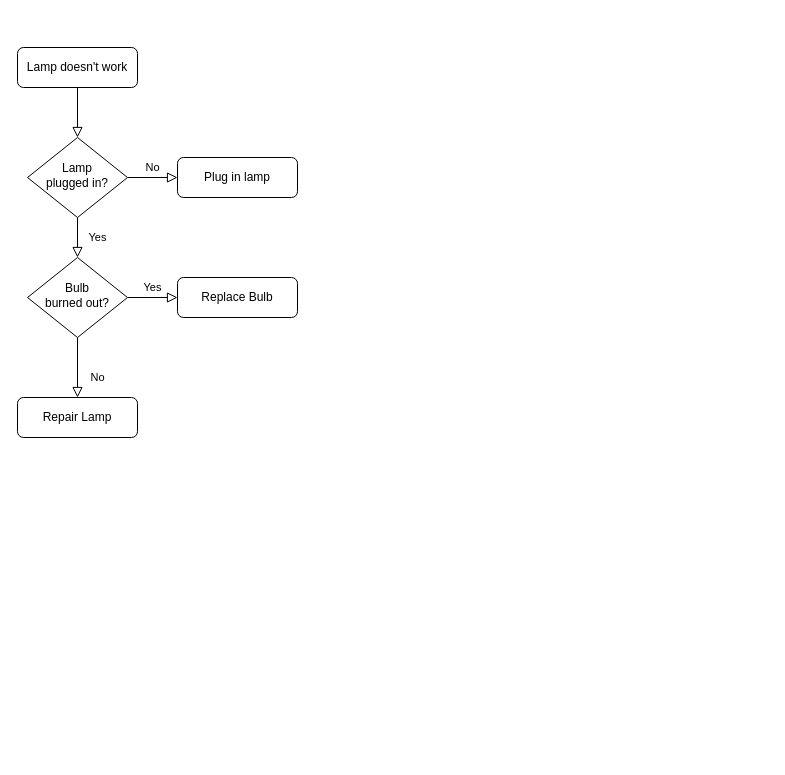
Above: Wireframe.drawio in kschuljak/kschuljak (draw.io), before the change. Source tidied: cells renumbered, new cells numbered last; positions are measured from the earlier drawing's top-left corner, leaving out a move shared by most shapes. Both pictures are drawn from the tidied source at 100%, with x=0, y=0 at pixel (17, 47).
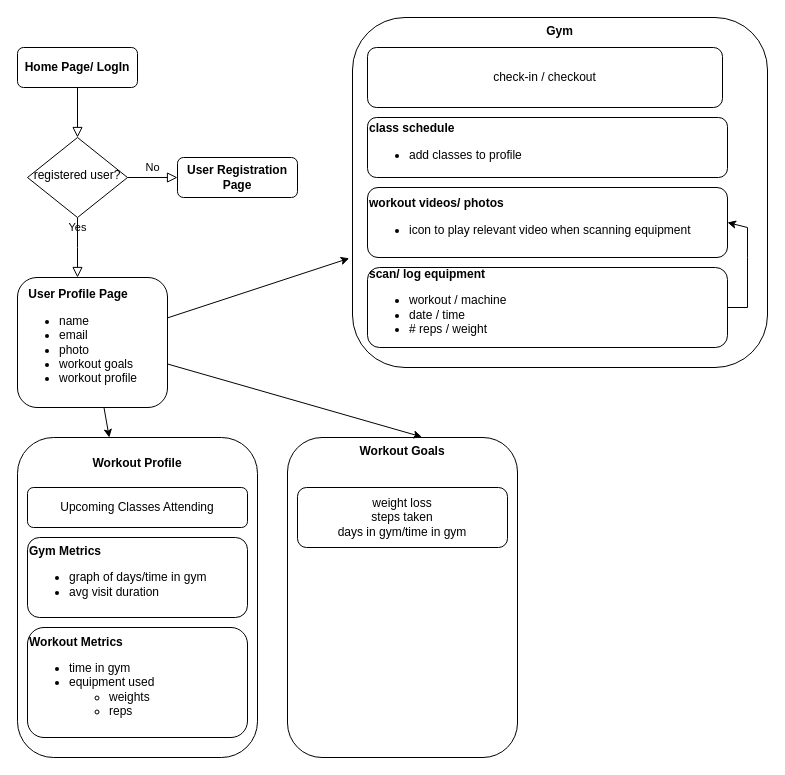
After the change.

Change to the diagram source:
```diff
@@
-    <mxCell id="3" value="Lamp doesn't work" style="rounded=1;whiteSpace=wrap;html=1;fontSize=12;glass=0;strokeWidth=1;shadow=0;" parent="1" vertex="1">
+    <mxCell id="3" value="&lt;b&gt;Home Page/ LogIn&lt;/b&gt;" style="rounded=1;whiteSpace=wrap;html=1;fontSize=12;glass=0;strokeWidth=1;shadow=0;" parent="1" vertex="1">
       <mxGeometry width="120" height="40" as="geometry" />
     </mxCell>
-    <mxCell id="4" value="Yes" style="rounded=0;html=1;jettySize=auto;fontSize=11;endArrow=block;endFill=0;endSize=8;strokeWidth=1;shadow=0;labelBackgroundColor=none;edgeStyle=orthogonalEdgeStyle;" parent="1" edge="1" source="6" target="10">
-      <mxGeometry y="20" relative="1" as="geometry" />
+    <mxCell id="4" value="Yes" style="rounded=0;html=1;jettySize=auto;fontSize=11;endArrow=block;endFill=0;endSize=8;strokeWidth=1;shadow=0;labelBackgroundColor=none;edgeStyle=orthogonalEdgeStyle;" parent="1" edge="1" source="6">
+      <mxGeometry y="20" relative="1" as="geometry">
+        <mxPoint x="60" y="230" as="targetPoint" />
+      </mxGeometry>
     </mxCell>
@@
-    <mxCell id="6" value="Lamp&lt;br&gt;plugged in?" style="rhombus;whiteSpace=wrap;html=1;shadow=0;fontFamily=Helvetica;fontSize=12;align=center;strokeWidth=1;spacing=6;spacingTop=-4;" parent="1" vertex="1">
+    <mxCell id="6" value="registered user?" style="rhombus;whiteSpace=wrap;html=1;shadow=0;fontFamily=Helvetica;fontSize=12;align=center;strokeWidth=1;spacing=6;spacingTop=-4;" parent="1" vertex="1">
       <mxGeometry x="10" y="90" width="100" height="80" as="geometry" />
     </mxCell>
-    <mxCell id="7" value="Plug in lamp" style="rounded=1;whiteSpace=wrap;html=1;fontSize=12;glass=0;strokeWidth=1;shadow=0;" parent="1" vertex="1">
+    <mxCell id="7" value="&lt;b&gt;User Registration Page&lt;/b&gt;" style="rounded=1;whiteSpace=wrap;html=1;fontSize=12;glass=0;strokeWidth=1;shadow=0;" parent="1" vertex="1">
       <mxGeometry x="160" y="110" width="120" height="40" as="geometry" />
     </mxCell>
-    <mxCell id="8" value="No" style="rounded=0;html=1;jettySize=auto;fontSize=11;endArrow=block;endFill=0;endSize=8;strokeWidth=1;shadow=0;labelBackgroundColor=none;edgeStyle=orthogonalEdgeStyle;" parent="1" edge="1" source="10" target="11">
-      <mxGeometry x="0.33" y="20" relative="1" as="geometry" />
-    </mxCell>
-    <mxCell id="9" value="Yes" style="edgeStyle=orthogonalEdgeStyle;rounded=0;html=1;jettySize=auto;fontSize=11;endArrow=block;endFill=0;endSize=8;strokeWidth=1;shadow=0;labelBackgroundColor=none;" parent="1" edge="1" source="10" target="12">
-      <mxGeometry y="10" relative="1" as="geometry" />
-    </mxCell>
-    <mxCell id="10" value="Bulb&lt;br&gt;burned out?" style="rhombus;whiteSpace=wrap;html=1;shadow=0;fontFamily=Helvetica;fontSize=12;align=center;strokeWidth=1;spacing=6;spacingTop=-4;" parent="1" vertex="1">
-      <mxGeometry x="10" y="210" width="100" height="80" as="geometry" />
-    </mxCell>
-    <mxCell id="11" value="Repair Lamp" style="rounded=1;whiteSpace=wrap;html=1;fontSize=12;glass=0;strokeWidth=1;shadow=0;" parent="1" vertex="1">
-      <mxGeometry y="350" width="120" height="40" as="geometry" />
+    <mxCell id="11" value="&lt;b&gt;Workout Goals&lt;/b&gt;" style="rounded=1;whiteSpace=wrap;html=1;fontSize=12;glass=0;strokeWidth=1;shadow=0;verticalAlign=top;" parent="1" vertex="1">
+      <mxGeometry x="270" y="390" width="230" height="320" as="geometry" />
     </mxCell>
-    <mxCell id="12" value="Replace Bulb" style="rounded=1;whiteSpace=wrap;html=1;fontSize=12;glass=0;strokeWidth=1;shadow=0;" parent="1" vertex="1">
-      <mxGeometry x="160" y="230" width="120" height="40" as="geometry" />
+    <mxCell id="12" value="&lt;div style=&quot;text-align: center;&quot;&gt;&lt;span style=&quot;background-color: initial;&quot;&gt;&lt;b&gt;User Profile Page&lt;/b&gt;&lt;/span&gt;&lt;/div&gt;&lt;ul&gt;&lt;li style=&quot;&quot;&gt;name&lt;/li&gt;&lt;li&gt;email&lt;/li&gt;&lt;li&gt;photo&lt;/li&gt;&lt;li&gt;workout goals&lt;/li&gt;&lt;li&gt;workout profile&lt;/li&gt;&lt;/ul&gt;" style="rounded=1;whiteSpace=wrap;html=1;fontSize=12;glass=0;strokeWidth=1;shadow=0;align=left;" parent="1" vertex="1">
+      <mxGeometry y="230" width="150" height="130" as="geometry" />
     </mxCell>
+    <mxCell id="13" value="&lt;p style=&quot;line-height: 120%;&quot;&gt;&lt;b&gt;Workout Profile&lt;/b&gt;&lt;/p&gt;" style="rounded=1;whiteSpace=wrap;html=1;fontSize=12;glass=0;strokeWidth=1;shadow=0;verticalAlign=top;" parent="1" vertex="1">
+      <mxGeometry y="390" width="240" height="320" as="geometry" />
+    </mxCell>
+    <mxCell id="14" value="weight loss&lt;br&gt;steps taken&lt;br&gt;days in gym/time in gym" style="rounded=1;whiteSpace=wrap;html=1;" parent="1" vertex="1">
+      <mxGeometry x="280" y="440" width="210" height="60" as="geometry" />
+    </mxCell>
+    <mxCell id="15" value="&lt;b&gt;Workout Metrics&lt;/b&gt;&lt;br&gt;&lt;ul&gt;&lt;li style=&quot;&quot;&gt;time in gym&lt;/li&gt;&lt;li style=&quot;&quot;&gt;equipment used&lt;/li&gt;&lt;ul&gt;&lt;li style=&quot;&quot;&gt;weights&lt;/li&gt;&lt;li style=&quot;&quot;&gt;reps&lt;/li&gt;&lt;/ul&gt;&lt;/ul&gt;" style="rounded=1;whiteSpace=wrap;html=1;align=left;" parent="1" vertex="1">
+      <mxGeometry x="10" y="580" width="220" height="110" as="geometry" />
+    </mxCell>
+    <mxCell id="16" value="&lt;b&gt;Gym Metrics&lt;/b&gt;&lt;br&gt;&lt;ul&gt;&lt;li style=&quot;&quot;&gt;graph of days/time in gym&lt;/li&gt;&lt;li style=&quot;&quot;&gt;avg visit duration&lt;/li&gt;&lt;/ul&gt;" style="rounded=1;whiteSpace=wrap;html=1;align=left;" parent="1" vertex="1">
+      <mxGeometry x="10" y="490" width="220" height="80" as="geometry" />
+    </mxCell>
+    <mxCell id="17" value="&lt;div style=&quot;&quot;&gt;&lt;b&gt;Gym&lt;/b&gt;&lt;/div&gt;" style="rounded=1;whiteSpace=wrap;html=1;align=center;verticalAlign=top;" parent="1" vertex="1">
+      <mxGeometry x="335" y="-30" width="415" height="350" as="geometry" />
+    </mxCell>
+    <mxCell id="18" value="Upcoming Classes Attending" style="rounded=1;whiteSpace=wrap;html=1;" parent="1" vertex="1">
+      <mxGeometry x="10" y="440" width="220" height="40" as="geometry" />
+    </mxCell>
+    <mxCell id="19" style="endArrow=classic;html=1;rounded=0;" parent="1" edge="1" source="12" target="13">
+      <mxGeometry relative="1" as="geometry" />
+    </mxCell>
+    <mxCell id="20" style="endArrow=classic;html=1;rounded=0;entryX=0.584;entryY=-0.002;entryDx=0;entryDy=0;entryPerimeter=0;" parent="1" edge="1" source="12" target="11">
+      <mxGeometry relative="1" as="geometry" />
+    </mxCell>
+    <mxCell id="21" value="&lt;span style=&quot;background-color: initial;&quot;&gt;&lt;b&gt;class schedule&lt;/b&gt;&lt;br&gt;&lt;ul&gt;&lt;li&gt;&lt;span style=&quot;background-color: initial;&quot;&gt;add classes to profile&lt;/span&gt;&lt;/li&gt;&lt;/ul&gt;&lt;/span&gt;" style="rounded=1;whiteSpace=wrap;html=1;align=left;" parent="1" vertex="1">
+      <mxGeometry x="350" y="70" width="360" height="60" as="geometry" />
+    </mxCell>
+    <mxCell id="22" value="&lt;span style=&quot;background-color: initial;&quot;&gt;&lt;b&gt;workout videos/ photos&lt;/b&gt;&lt;/span&gt;&lt;br&gt;&lt;ul style=&quot;border-color: var(--border-color);&quot;&gt;&lt;li&gt;&lt;span style=&quot;background-color: initial;&quot;&gt;icon to play relevant video when scanning equipment&lt;/span&gt;&lt;br&gt;&lt;/li&gt;&lt;/ul&gt;" style="rounded=1;whiteSpace=wrap;html=1;align=left;" parent="1" vertex="1">
+      <mxGeometry x="350" y="140" width="360" height="70" as="geometry" />
+    </mxCell>
+    <mxCell id="23" value="&lt;b&gt;scan/ log equipment&lt;/b&gt;&lt;br&gt;&lt;ul&gt;&lt;li&gt;workout / machine&lt;/li&gt;&lt;li&gt;date / time&lt;/li&gt;&lt;li&gt;# reps / weight&lt;/li&gt;&lt;/ul&gt;" style="rounded=1;whiteSpace=wrap;html=1;align=left;" parent="1" vertex="1">
+      <mxGeometry x="350" y="220" width="360" height="80" as="geometry" />
+    </mxCell>
+    <mxCell id="24" value="check-in / checkout" style="rounded=1;whiteSpace=wrap;html=1;" parent="1" vertex="1">
+      <mxGeometry x="350" width="355" height="60" as="geometry" />
+    </mxCell>
+    <mxCell id="25" style="endArrow=classic;html=1;rounded=0;entryX=-0.008;entryY=0.688;entryDx=0;entryDy=0;entryPerimeter=0;" parent="1" edge="1" source="12" target="17">
+      <mxGeometry relative="1" as="geometry" />
+    </mxCell>
+    <mxCell id="26" style="endArrow=classic;html=1;rounded=0;exitX=1;exitY=0.5;exitDx=0;exitDy=0;entryX=1;entryY=0.5;entryDx=0;entryDy=0;" parent="1" edge="1" source="23" target="22">
+      <mxGeometry relative="1" as="geometry">
+        <Array as="points">
+          <mxPoint x="730" y="260" />
+          <mxPoint x="730" y="210" />
+          <mxPoint x="730" y="180" />
+        </Array>
+      </mxGeometry>
+    </mxCell>
```
